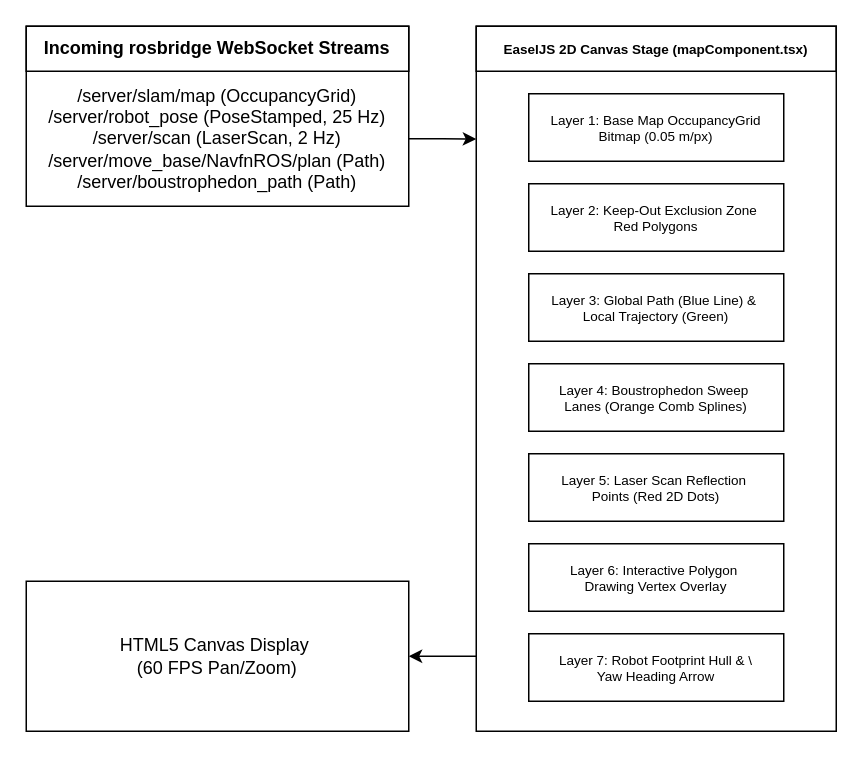
Earlier version of the draw.io diagram docs/development/webui/navigation/diagrams/msd700-draw-map-pipeline.drawio (itbdelaboprogramming/msd700_documentation). Source tidied: cells renumbered, new cells numbered last; positions are measured from the earlier drawing's top-left corner, leaving out a move shared by most shapes. Both pictures are drawn from the tidied source at 150%, with x=0, y=0 at pixel (26, 26).
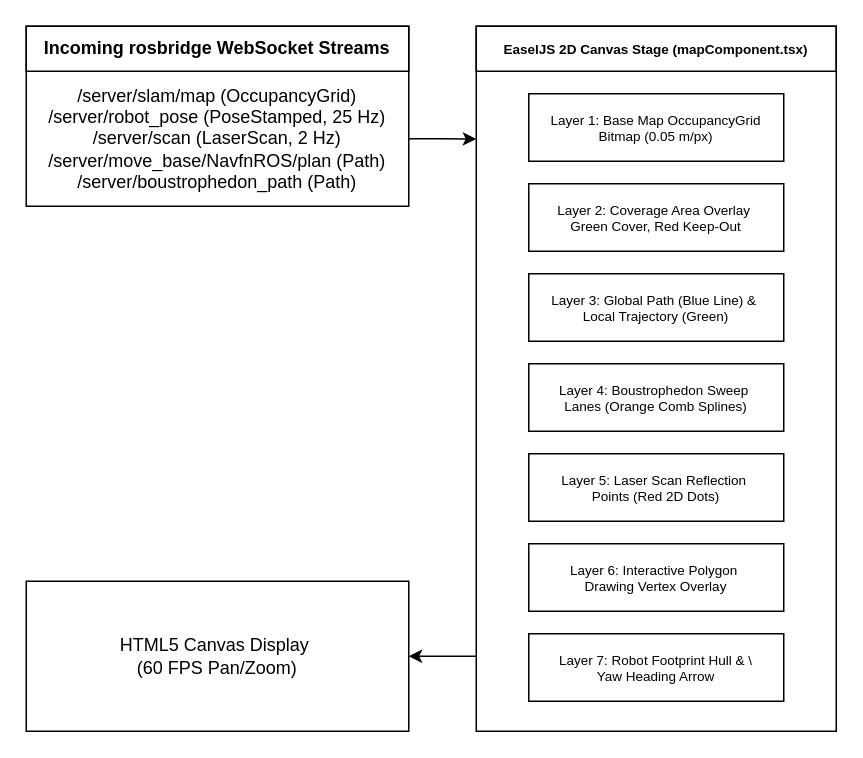
Above is the later version.

Commit message (it also covers changes not shown here):
docs: EaselJS 0.7.1 numChildren and the coverage area layer

The edit, as a diff of the source:
```diff
@@
 <mxGraphModel>
   <root>
     <mxCell id="0" />
     <mxCell id="1" parent="0" />
     <mxCell id="2" style="group;" parent="1" vertex="1">
       <mxGeometry width="255" height="120" as="geometry" />
     </mxCell>
     <mxCell id="3" style="rounded=0;whiteSpace=wrap;html=1;" parent="2" vertex="1">
       <mxGeometry width="255" height="120" as="geometry" />
     </mxCell>
     <mxCell id="4" value="&lt;b&gt;Incoming rosbridge WebSocket Streams&lt;/b&gt;" style="text;html=1;whiteSpace=wrap;strokeColor=default;fillColor=none;align=center;verticalAlign=middle;rounded=0;" parent="2" vertex="1">
       <mxGeometry width="255" height="30" as="geometry" />
     </mxCell>
     <mxCell id="5" value="&lt;div&gt;/server/slam/map (OccupancyGrid)&lt;/div&gt;&lt;div&gt;/server/robot_pose (PoseStamped, 25 Hz)&lt;/div&gt;&lt;div&gt;/server/scan (LaserScan, 2 Hz)&lt;/div&gt;&lt;div&gt;/server/move_base/NavfnROS/plan (Path)&lt;/div&gt;&lt;div&gt;/server/boustrophedon_path (Path)&lt;/div&gt;" style="text;html=1;whiteSpace=wrap;strokeColor=none;fillColor=none;align=center;verticalAlign=middle;rounded=0;" parent="2" vertex="1">
       <mxGeometry y="30" width="255" height="90" as="geometry" />
     </mxCell>
     <mxCell id="6" style="edgeStyle=orthogonalEdgeStyle;rounded=0;jettySize=auto;html=1;" parent="1" edge="1" source="7" target="17">
       <mxGeometry relative="1" as="geometry">
         <Array as="points">
           <mxPoint x="290" y="420" />
           <mxPoint x="290" y="420" />
         </Array>
       </mxGeometry>
     </mxCell>
     <mxCell id="7" style="rounded=0;whiteSpace=wrap;html=1;" parent="1" vertex="1">
       <mxGeometry x="300" width="240" height="470" as="geometry" />
     </mxCell>
     <mxCell id="8" value="&lt;font style=&quot;font-size: 9px;&quot;&gt;EaselJS 2D Canvas Stage (mapComponent.tsx)&lt;/font&gt;" style="text;html=1;whiteSpace=wrap;strokeColor=default;fillColor=none;align=center;verticalAlign=middle;rounded=0;fontStyle=1;" parent="1" vertex="1">
       <mxGeometry x="300" width="240" height="30" as="geometry" />
     </mxCell>
     <mxCell id="9" value="Layer 1: Base Map OccupancyGrid Bitmap (0.05 m/px)" style="text;html=1;whiteSpace=wrap;strokeColor=default;fillColor=none;align=center;verticalAlign=middle;rounded=0;fontSize=9;" parent="1" vertex="1">
       <mxGeometry x="335" y="45" width="170" height="45" as="geometry" />
     </mxCell>
-    <mxCell id="10" value="Layer 2: Keep-Out Exclusion Zone&amp;nbsp;&lt;div&gt;Red Polygons&lt;/div&gt;" style="text;html=1;whiteSpace=wrap;strokeColor=default;fillColor=none;align=center;verticalAlign=middle;rounded=0;fontSize=9;" parent="1" vertex="1">
+    <mxCell id="10" value="Layer 2: Coverage Area Overlay&amp;nbsp;&lt;div&gt;Green Cover, Red Keep-Out&lt;/div&gt;" style="text;html=1;whiteSpace=wrap;strokeColor=default;fillColor=none;align=center;verticalAlign=middle;rounded=0;fontSize=9;" parent="1" vertex="1">
       <mxGeometry x="335" y="105" width="170" height="45" as="geometry" />
     </mxCell>
     <mxCell id="11" value="Layer 3: Global Path (Blue Line) &amp;amp;&amp;nbsp;&lt;div&gt;Local Trajectory (Green)&lt;/div&gt;" style="text;html=1;whiteSpace=wrap;strokeColor=default;fillColor=none;align=center;verticalAlign=middle;rounded=0;fontSize=9;" parent="1" vertex="1">
       <mxGeometry x="335" y="165" width="170" height="45" as="geometry" />
     </mxCell>
     <mxCell id="12" value="Layer 4: Boustrophedon Sweep&amp;nbsp;&lt;div&gt;Lanes (Orange Comb Splines)&lt;/div&gt;" style="text;html=1;whiteSpace=wrap;strokeColor=default;fillColor=none;align=center;verticalAlign=middle;rounded=0;fontSize=9;" parent="1" vertex="1">
       <mxGeometry x="335" y="225" width="170" height="45" as="geometry" />
     </mxCell>
     <mxCell id="13" value="Layer 5: Laser Scan Reflection&amp;nbsp;&lt;div&gt;Points (Red 2D Dots)&lt;/div&gt;" style="text;html=1;whiteSpace=wrap;strokeColor=default;fillColor=none;align=center;verticalAlign=middle;rounded=0;fontSize=9;" parent="1" vertex="1">
       <mxGeometry x="335" y="285" width="170" height="45" as="geometry" />
     </mxCell>
     <mxCell id="14" value="Layer 6: Interactive Polygon&amp;nbsp;&lt;div&gt;Drawing Vertex Overlay&lt;/div&gt;" style="text;html=1;whiteSpace=wrap;strokeColor=default;fillColor=none;align=center;verticalAlign=middle;rounded=0;fontSize=9;" parent="1" vertex="1">
       <mxGeometry x="335" y="345" width="170" height="45" as="geometry" />
     </mxCell>
     <mxCell id="15" value="Layer 7: Robot Footprint Hull &amp;amp; \&lt;div&gt;Yaw Heading Arrow&lt;/div&gt;" style="text;html=1;whiteSpace=wrap;strokeColor=default;fillColor=none;align=center;verticalAlign=middle;rounded=0;fontSize=9;" parent="1" vertex="1">
       <mxGeometry x="335" y="405" width="170" height="45" as="geometry" />
     </mxCell>
     <mxCell id="16" style="edgeStyle=orthogonalEdgeStyle;rounded=0;jettySize=auto;html=1;entryX=0;entryY=0.16;entryDx=0;entryDy=0;entryPerimeter=0;" parent="1" edge="1" source="5" target="7">
       <mxGeometry relative="1" as="geometry" />
     </mxCell>
     <mxCell id="17" value="HTML5 Canvas Display&amp;nbsp;&lt;div&gt;(60 FPS Pan/Zoom)&lt;/div&gt;" style="rounded=0;whiteSpace=wrap;html=1;" parent="1" vertex="1">
       <mxGeometry y="370" width="255" height="100" as="geometry" />
     </mxCell>
   </root>
 </mxGraphModel>
```
